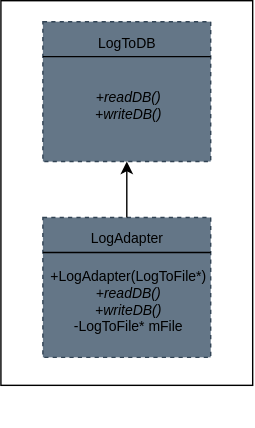
Before: 适配器模式(Adapter)/uml.svg, a diagram exported from draw.io (chenbei97/C--DesignMode). Source tidied: cells renumbered, new cells last; positions are measured from the earlier drawing's top-left corner, leaving out a move shared by most shapes. The source it was exported from:
```xml
<mxGraphModel>
  <root>
    <mxCell id="0" />
    <mxCell id="1" parent="0" />
    <mxCell id="2" style="whiteSpace=wrap;html=1;" parent="1" vertex="1">
      <mxGeometry width="180" height="275" as="geometry" />
    </mxCell>
    <mxCell id="3" style="group;" parent="1" vertex="1">
      <mxGeometry x="30" y="155" width="131" height="100" as="geometry" />
    </mxCell>
    <mxCell id="4" style="whiteSpace=wrap;html=1;fontSize=10;fillColor=#647687;fontColor=#ffffff;strokeColor=#314354;dashed=1;" parent="3" vertex="1">
      <mxGeometry width="120" height="100" as="geometry" />
    </mxCell>
    <mxCell id="5" style="edgeStyle=none;html=1;exitX=0;exitY=0.25;exitDx=0;exitDy=0;entryX=1;entryY=0.25;entryDx=0;entryDy=0;fontSize=10;endArrow=none;endFill=0;" parent="3" edge="1" source="4" target="4">
      <mxGeometry relative="1" as="geometry" />
    </mxCell>
    <mxCell id="6" value="LogAdapter" style="text;html=1;align=center;verticalAlign=middle;points=[];strokeColor=none;fillColor=none;fontSize=10;dashed=1;" parent="3" vertex="1">
      <mxGeometry x="20" width="80" height="30" as="geometry" />
    </mxCell>
    <mxCell id="7" value="+LogAdapter(LogToFile*)&lt;br&gt;&lt;i&gt;+readDB()&lt;br&gt;+writeDB()&lt;/i&gt;&lt;br&gt;-LogToFile* mFile" style="text;html=1;align=center;verticalAlign=middle;strokeColor=none;fillColor=none;fontSize=10;dashed=1;" parent="3" vertex="1">
      <mxGeometry x="-4" y="30" width="130" height="60" as="geometry" />
    </mxCell>
    <mxCell id="8" style="group;" parent="1" vertex="1">
      <mxGeometry x="30" y="15" width="150" height="290" as="geometry" />
    </mxCell>
    <mxCell id="9" style="whiteSpace=wrap;html=1;fontSize=10;fillColor=#647687;fontColor=#ffffff;strokeColor=#314354;dashed=1;" parent="8" vertex="1">
      <mxGeometry width="120" height="100" as="geometry" />
    </mxCell>
    <mxCell id="10" style="edgeStyle=none;html=1;exitX=0;exitY=0.25;exitDx=0;exitDy=0;entryX=1;entryY=0.25;entryDx=0;entryDy=0;fontSize=10;endArrow=none;endFill=0;" parent="8" edge="1" source="9" target="9">
      <mxGeometry relative="1" as="geometry" />
    </mxCell>
    <mxCell id="11" value="LogToDB" style="text;html=1;align=center;verticalAlign=middle;strokeColor=none;fillColor=none;fontSize=10;dashed=1;" parent="8" vertex="1">
      <mxGeometry x="30" width="60" height="30" as="geometry" />
    </mxCell>
    <mxCell id="12" value="&lt;i&gt;+readDB()&lt;br&gt;+writeDB()&lt;/i&gt;" style="text;html=1;align=center;verticalAlign=middle;strokeColor=none;fillColor=none;fontSize=10;dashed=1;" parent="8" vertex="1">
      <mxGeometry x="26" y="40" width="70" height="40" as="geometry" />
    </mxCell>
    <mxCell id="13" style="edgeStyle=none;html=1;entryX=0.5;entryY=1;entryDx=0;entryDy=0;" parent="1" edge="1" source="6" target="9">
      <mxGeometry relative="1" as="geometry" />
    </mxCell>
  </root>
</mxGraphModel>
```
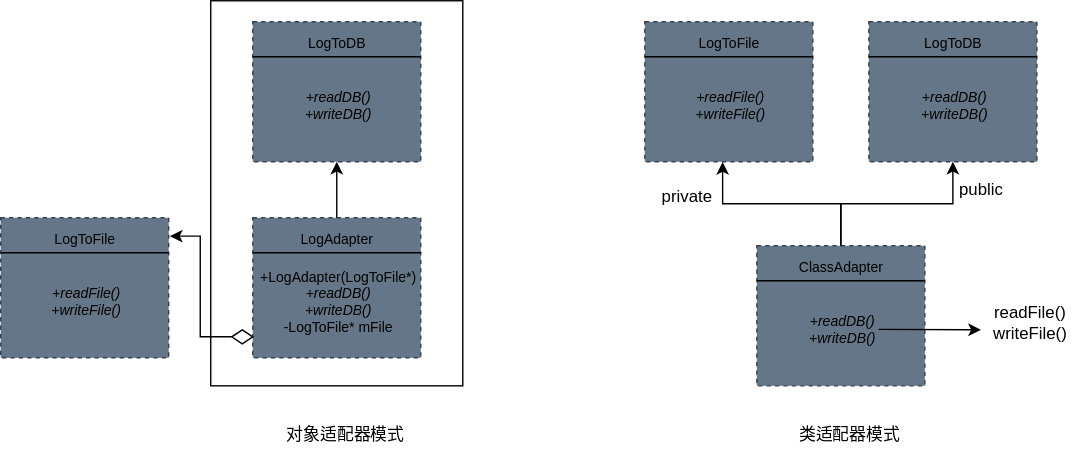
The same diagram one commit later.

Diff of the diagram source:
```diff
@@ -38,5 +38,98 @@
     <mxCell id="13" style="edgeStyle=none;html=1;entryX=0.5;entryY=1;entryDx=0;entryDy=0;" parent="1" edge="1" source="6" target="9">
       <mxGeometry relative="1" as="geometry" />
     </mxCell>
+    <mxCell id="14" value="对象适配器模式" style="text;html=1;align=center;verticalAlign=middle;strokeColor=none;fillColor=none;" parent="1" vertex="1">
+      <mxGeometry x="40.5" y="295" width="110" height="30" as="geometry" />
+    </mxCell>
+    <mxCell id="15" style="group;" parent="1" vertex="1">
+      <mxGeometry x="-150" y="155" width="131" height="100" as="geometry" />
+    </mxCell>
+    <mxCell id="16" style="whiteSpace=wrap;html=1;fontSize=10;fillColor=#647687;fontColor=#ffffff;strokeColor=#314354;dashed=1;" parent="15" vertex="1">
+      <mxGeometry width="120" height="100" as="geometry" />
+    </mxCell>
+    <mxCell id="17" style="edgeStyle=none;html=1;exitX=0;exitY=0.25;exitDx=0;exitDy=0;entryX=1;entryY=0.25;entryDx=0;entryDy=0;fontSize=10;endArrow=none;endFill=0;" parent="15" edge="1" source="16" target="16">
+      <mxGeometry relative="1" as="geometry" />
+    </mxCell>
+    <mxCell id="18" value="LogToFile" style="text;html=1;align=center;verticalAlign=middle;strokeColor=none;fillColor=none;fontSize=10;dashed=1;" parent="15" vertex="1">
+      <mxGeometry x="25" width="70" height="30" as="geometry" />
+    </mxCell>
+    <mxCell id="19" value="&lt;i&gt;+readFile()&lt;br&gt;+writeFile()&lt;/i&gt;" style="text;html=1;align=center;verticalAlign=middle;strokeColor=none;fillColor=none;fontSize=10;dashed=1;" parent="15" vertex="1">
+      <mxGeometry x="26" y="40" width="70" height="40" as="geometry" />
+    </mxCell>
+    <mxCell id="20" style="edgeStyle=orthogonalEdgeStyle;html=1;exitX=0;exitY=0.5;exitDx=0;exitDy=0;rounded=0;entryX=1.007;entryY=0.131;entryDx=0;entryDy=0;entryPerimeter=0;" parent="1" edge="1" source="21" target="16">
+      <mxGeometry relative="1" as="geometry" />
+    </mxCell>
+    <mxCell id="21" style="rhombus;whiteSpace=wrap;html=1;fontSize=10;" parent="1" vertex="1">
+      <mxGeometry x="15" y="235" width="15" height="10" as="geometry" />
+    </mxCell>
+    <mxCell id="22" style="group;" parent="1" vertex="1">
+      <mxGeometry x="310" y="15" width="131" height="100" as="geometry" />
+    </mxCell>
+    <mxCell id="23" style="whiteSpace=wrap;html=1;fontSize=10;fillColor=#647687;fontColor=#ffffff;strokeColor=#314354;dashed=1;" parent="22" vertex="1">
+      <mxGeometry width="120" height="100" as="geometry" />
+    </mxCell>
+    <mxCell id="24" style="edgeStyle=none;html=1;exitX=0;exitY=0.25;exitDx=0;exitDy=0;entryX=1;entryY=0.25;entryDx=0;entryDy=0;fontSize=10;endArrow=none;endFill=0;" parent="22" edge="1" source="23" target="23">
+      <mxGeometry relative="1" as="geometry" />
+    </mxCell>
+    <mxCell id="25" value="LogToFile" style="text;html=1;align=center;verticalAlign=middle;strokeColor=none;fillColor=none;fontSize=10;dashed=1;" parent="22" vertex="1">
+      <mxGeometry x="25" width="70" height="30" as="geometry" />
+    </mxCell>
+    <mxCell id="26" value="&lt;i&gt;+readFile()&lt;br&gt;+writeFile()&lt;/i&gt;" style="text;html=1;align=center;verticalAlign=middle;strokeColor=none;fillColor=none;fontSize=10;dashed=1;" parent="22" vertex="1">
+      <mxGeometry x="26" y="40" width="70" height="40" as="geometry" />
+    </mxCell>
+    <mxCell id="27" style="group;" parent="1" vertex="1">
+      <mxGeometry x="470" y="15" width="131" height="100" as="geometry" />
+    </mxCell>
+    <mxCell id="28" style="whiteSpace=wrap;html=1;fontSize=10;fillColor=#647687;fontColor=#ffffff;strokeColor=#314354;dashed=1;" parent="27" vertex="1">
+      <mxGeometry width="120" height="100" as="geometry" />
+    </mxCell>
+    <mxCell id="29" style="edgeStyle=none;html=1;exitX=0;exitY=0.25;exitDx=0;exitDy=0;entryX=1;entryY=0.25;entryDx=0;entryDy=0;fontSize=10;endArrow=none;endFill=0;" parent="27" edge="1" source="28" target="28">
+      <mxGeometry relative="1" as="geometry" />
+    </mxCell>
+    <mxCell id="30" value="LogToDB" style="text;html=1;align=center;verticalAlign=middle;strokeColor=none;fillColor=none;fontSize=10;dashed=1;" parent="27" vertex="1">
+      <mxGeometry x="30" width="60" height="30" as="geometry" />
+    </mxCell>
+    <mxCell id="31" value="&lt;i&gt;+readDB()&lt;br&gt;+writeDB()&lt;/i&gt;" style="text;html=1;align=center;verticalAlign=middle;strokeColor=none;fillColor=none;fontSize=10;dashed=1;" parent="27" vertex="1">
+      <mxGeometry x="26" y="40" width="70" height="40" as="geometry" />
+    </mxCell>
+    <mxCell id="32" style="group;" parent="1" vertex="1">
+      <mxGeometry x="390" y="175" width="131" height="100" as="geometry" />
+    </mxCell>
+    <mxCell id="33" style="whiteSpace=wrap;html=1;fontSize=10;fillColor=#647687;fontColor=#ffffff;strokeColor=#314354;dashed=1;" parent="32" vertex="1">
+      <mxGeometry width="120" height="100" as="geometry" />
+    </mxCell>
+    <mxCell id="34" style="edgeStyle=none;html=1;exitX=0;exitY=0.25;exitDx=0;exitDy=0;entryX=1;entryY=0.25;entryDx=0;entryDy=0;fontSize=10;endArrow=none;endFill=0;" parent="32" edge="1" source="33" target="33">
+      <mxGeometry relative="1" as="geometry" />
+    </mxCell>
+    <mxCell id="35" value="ClassAdapter" style="text;html=1;align=center;verticalAlign=middle;points=[];strokeColor=none;fillColor=none;fontSize=10;dashed=1;" parent="32" vertex="1">
+      <mxGeometry x="20" width="80" height="30" as="geometry" />
+    </mxCell>
+    <mxCell id="36" value="&lt;i&gt;+readDB()&lt;br&gt;+writeDB()&lt;/i&gt;" style="text;html=1;align=center;verticalAlign=middle;strokeColor=none;fillColor=none;fontSize=10;dashed=1;" parent="32" vertex="1">
+      <mxGeometry x="26" y="40" width="70" height="40" as="geometry" />
+    </mxCell>
+    <mxCell id="37" style="edgeStyle=none;orthogonalLoop=1;jettySize=auto;html=1;rounded=0;" parent="32" edge="1">
+      <mxGeometry relative="1" as="geometry">
+        <mxPoint x="87" y="59.7" as="sourcePoint" />
+        <mxPoint x="160" y="60" as="targetPoint" />
+      </mxGeometry>
+    </mxCell>
+    <mxCell id="38" style="edgeStyle=orthogonalEdgeStyle;html=1;entryX=0.463;entryY=1.002;entryDx=0;entryDy=0;entryPerimeter=0;rounded=0;" parent="1" edge="1" source="33" target="23">
+      <mxGeometry relative="1" as="geometry" />
+    </mxCell>
+    <mxCell id="39" style="edgeStyle=orthogonalEdgeStyle;rounded=0;html=1;entryX=0.5;entryY=1;entryDx=0;entryDy=0;" parent="1" edge="1" source="35" target="28">
+      <mxGeometry relative="1" as="geometry" />
+    </mxCell>
+    <mxCell id="40" value="readFile()&lt;br&gt;writeFile()" style="text;html=1;align=center;verticalAlign=middle;strokeColor=none;fillColor=none;" parent="1" vertex="1">
+      <mxGeometry x="545" y="210" width="80" height="40" as="geometry" />
+    </mxCell>
+    <mxCell id="41" value="类适配器模式" style="text;html=1;align=center;verticalAlign=middle;strokeColor=none;fillColor=none;" parent="1" vertex="1">
+      <mxGeometry x="405.5" y="295" width="100" height="30" as="geometry" />
+    </mxCell>
+    <mxCell id="42" value="private" style="text;html=1;align=center;verticalAlign=middle;strokeColor=none;fillColor=none;" parent="1" vertex="1">
+      <mxGeometry x="310" y="125" width="60" height="30" as="geometry" />
+    </mxCell>
+    <mxCell id="43" value="public" style="text;html=1;align=center;verticalAlign=middle;strokeColor=none;fillColor=none;" parent="1" vertex="1">
+      <mxGeometry x="525" y="120" width="50" height="30" as="geometry" />
+    </mxCell>
   </root>
 </mxGraphModel>
```
